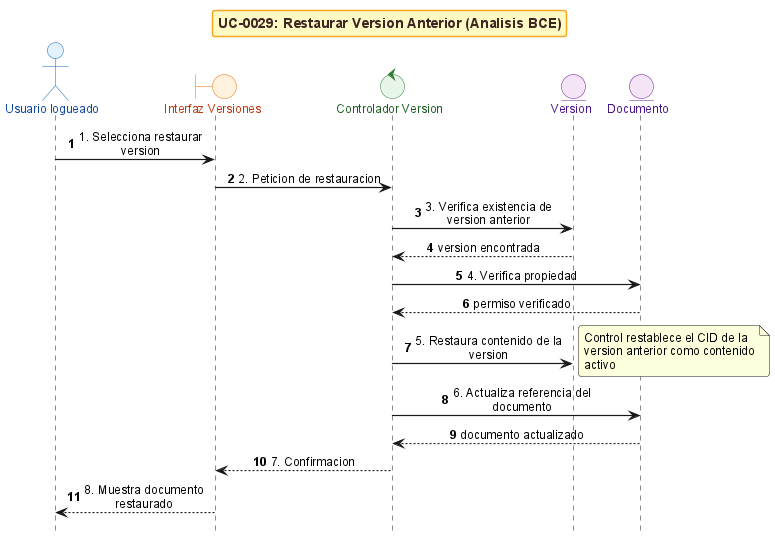
Above: anexos/diagramas/seq-bce-uc0029-restore.png in ErDeivih/DocumentChain (PlantUML), before the change. Its diagram source:
```plantuml
@startuml
!include _sequence-bce-style.puml

title UC-0029: Restaurar Version Anterior (Analisis BCE)

actor "Usuario logueado" as Actor
boundary "Interfaz Versiones" as BF
control "Controlador Version" as CV
entity "Version" as EV
entity "Documento" as ED


Actor -> BF : 1. Selecciona restaurar version
BF -> CV : 2. Peticion de restauracion
CV -> EV : 3. Verifica existencia de version anterior
EV --> CV : version encontrada

CV -> ED : 4. Verifica propiedad
ED --> CV : permiso verificado


CV -> EV : 5. Restaura contenido de la version
note right : Control restablece el CID de la version anterior como contenido activo

CV -> ED : 6. Actualiza referencia del documento
ED --> CV : documento actualizado

CV --> BF : 7. Confirmacion
BF --> Actor : 8. Muestra documento restaurado

@enduml
```
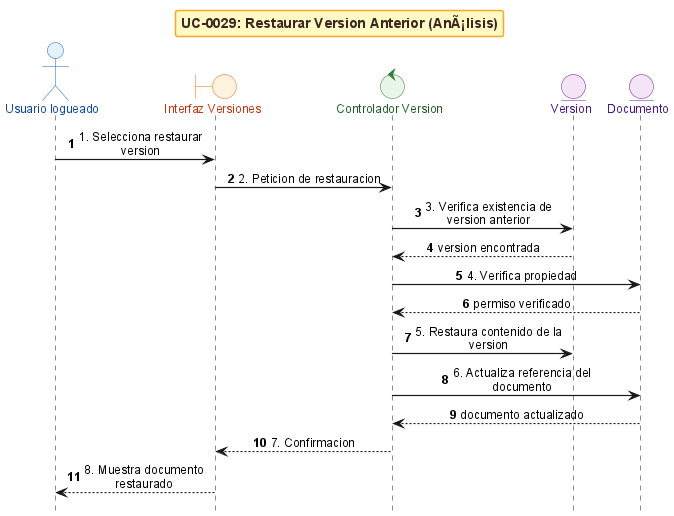
Later version of the same file.

Change to the diagram source:
```diff
@@ -1,7 +1,7 @@
 @startuml
 !include _sequence-bce-style.puml
 
-title UC-0029: Restaurar Version Anterior (Analisis BCE)
+title UC-0029: Restaurar Version Anterior (AnÃ¡lisis)
 
 actor "Usuario logueado" as Actor
 boundary "Interfaz Versiones" as BF
@@ -20,7 +20,6 @@
 
 
 CV -> EV : 5. Restaura contenido de la version
-note right : Control restablece el CID de la version anterior como contenido activo
 
 CV -> ED : 6. Actualiza referencia del documento
 ED --> CV : documento actualizado
```
